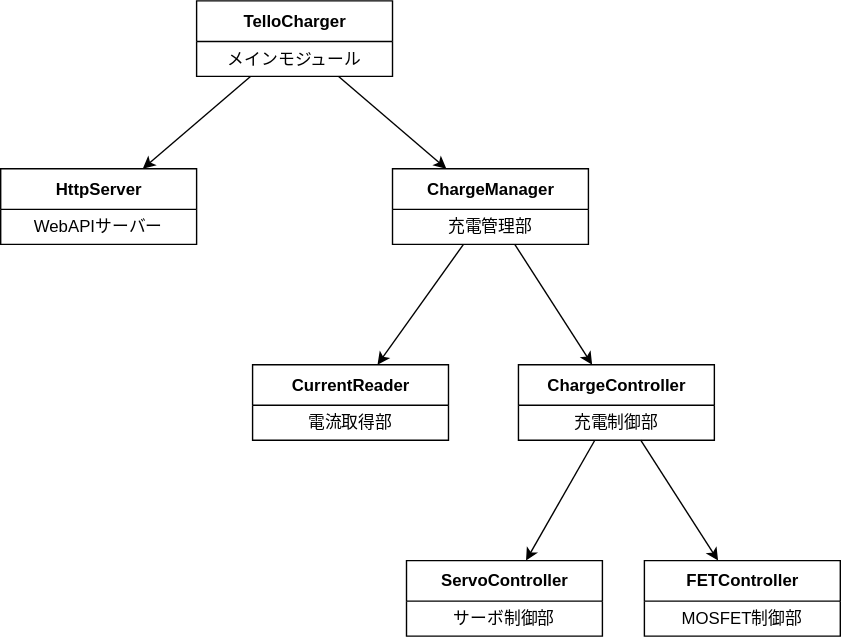
This is doc/design/img/moduleStructure.drawio.svg from mi83ki/tello-charger, a draw.io export, as it was before one commit. Source tidied: cells renumbered, new cells last; positions are measured from the earlier drawing's top-left corner, leaving out a move shared by most shapes. The source it was exported from:
```xml
<mxGraphModel>
  <root>
    <mxCell id="0" />
    <mxCell id="1" parent="0" />
    <mxCell id="2" style="edgeStyle=none;html=1;" parent="1" edge="1" source="4" target="6">
      <mxGeometry relative="1" as="geometry" />
    </mxCell>
    <mxCell id="3" style="edgeStyle=none;html=1;" parent="1" edge="1" source="4" target="10">
      <mxGeometry relative="1" as="geometry" />
    </mxCell>
    <mxCell id="4" value="TelloCharger" style="swimlane;fontStyle=1;align=center;verticalAlign=middle;horizontal=1;startSize=29;html=1;" parent="1" vertex="1">
      <mxGeometry x="140" width="140" height="54" as="geometry" />
    </mxCell>
    <mxCell id="5" value="メインモジュール" style="text;html=1;strokeColor=none;fillColor=none;align=center;verticalAlign=middle;spacingLeft=4;spacingRight=4;overflow=hidden;" parent="4" vertex="1">
      <mxGeometry y="29" width="140" height="25" as="geometry" />
    </mxCell>
    <mxCell id="6" value="HttpServer" style="swimlane;fontStyle=1;align=center;verticalAlign=middle;horizontal=1;startSize=29;html=1;" parent="1" vertex="1">
      <mxGeometry y="120" width="140" height="54" as="geometry" />
    </mxCell>
    <mxCell id="7" value="WebAPIサーバー" style="text;html=1;strokeColor=none;fillColor=none;align=center;verticalAlign=middle;spacingLeft=4;spacingRight=4;overflow=hidden;" parent="6" vertex="1">
      <mxGeometry y="29" width="140" height="25" as="geometry" />
    </mxCell>
    <mxCell id="8" style="edgeStyle=none;html=1;" parent="1" edge="1" source="10" target="16">
      <mxGeometry relative="1" as="geometry" />
    </mxCell>
    <mxCell id="9" style="edgeStyle=none;html=1;" parent="1" edge="1" source="10" target="12">
      <mxGeometry relative="1" as="geometry" />
    </mxCell>
    <mxCell id="10" value="ChargeManager" style="swimlane;fontStyle=1;align=center;verticalAlign=middle;horizontal=1;startSize=29;html=1;" parent="1" vertex="1">
      <mxGeometry x="280" y="120" width="140" height="54" as="geometry" />
    </mxCell>
    <mxCell id="11" value="充電管理部" style="text;html=1;strokeColor=none;fillColor=none;align=center;verticalAlign=middle;spacingLeft=4;spacingRight=4;overflow=hidden;" parent="10" vertex="1">
      <mxGeometry y="29" width="140" height="25" as="geometry" />
    </mxCell>
    <mxCell id="12" value="CurrentReader" style="swimlane;fontStyle=1;align=center;verticalAlign=middle;horizontal=1;startSize=29;html=1;" parent="1" vertex="1">
      <mxGeometry x="180" y="260" width="140" height="54" as="geometry" />
    </mxCell>
    <mxCell id="13" value="電流取得部" style="text;html=1;strokeColor=none;fillColor=none;align=center;verticalAlign=middle;spacingLeft=4;spacingRight=4;overflow=hidden;" parent="12" vertex="1">
      <mxGeometry y="29" width="140" height="25" as="geometry" />
    </mxCell>
    <mxCell id="14" style="edgeStyle=none;html=1;" parent="1" edge="1" source="16" target="20">
      <mxGeometry relative="1" as="geometry" />
    </mxCell>
    <mxCell id="15" style="edgeStyle=none;html=1;" parent="1" edge="1" source="16" target="18">
      <mxGeometry relative="1" as="geometry" />
    </mxCell>
    <mxCell id="16" value="ChargeController" style="swimlane;fontStyle=1;align=center;verticalAlign=middle;horizontal=1;startSize=29;html=1;" parent="1" vertex="1">
      <mxGeometry x="370" y="260" width="140" height="54" as="geometry" />
    </mxCell>
    <mxCell id="17" value="充電制御部" style="text;html=1;strokeColor=none;fillColor=none;align=center;verticalAlign=middle;spacingLeft=4;spacingRight=4;overflow=hidden;" parent="16" vertex="1">
      <mxGeometry y="29" width="140" height="25" as="geometry" />
    </mxCell>
    <mxCell id="18" value="ServoController" style="swimlane;fontStyle=1;align=center;verticalAlign=middle;horizontal=1;startSize=29;html=1;" parent="1" vertex="1">
      <mxGeometry x="290" y="400" width="140" height="54" as="geometry" />
    </mxCell>
    <mxCell id="19" value="サーボ制御部" style="text;html=1;strokeColor=none;fillColor=none;align=center;verticalAlign=middle;spacingLeft=4;spacingRight=4;overflow=hidden;" parent="18" vertex="1">
      <mxGeometry y="29" width="140" height="25" as="geometry" />
    </mxCell>
    <mxCell id="20" value="FETController" style="swimlane;fontStyle=1;align=center;verticalAlign=middle;horizontal=1;startSize=29;html=1;" parent="1" vertex="1">
      <mxGeometry x="460" y="400" width="140" height="54" as="geometry" />
    </mxCell>
    <mxCell id="21" value="MOSFET制御部" style="text;html=1;strokeColor=none;fillColor=none;align=center;verticalAlign=middle;spacingLeft=4;spacingRight=4;overflow=hidden;" parent="20" vertex="1">
      <mxGeometry y="29" width="140" height="25" as="geometry" />
    </mxCell>
  </root>
</mxGraphModel>
```
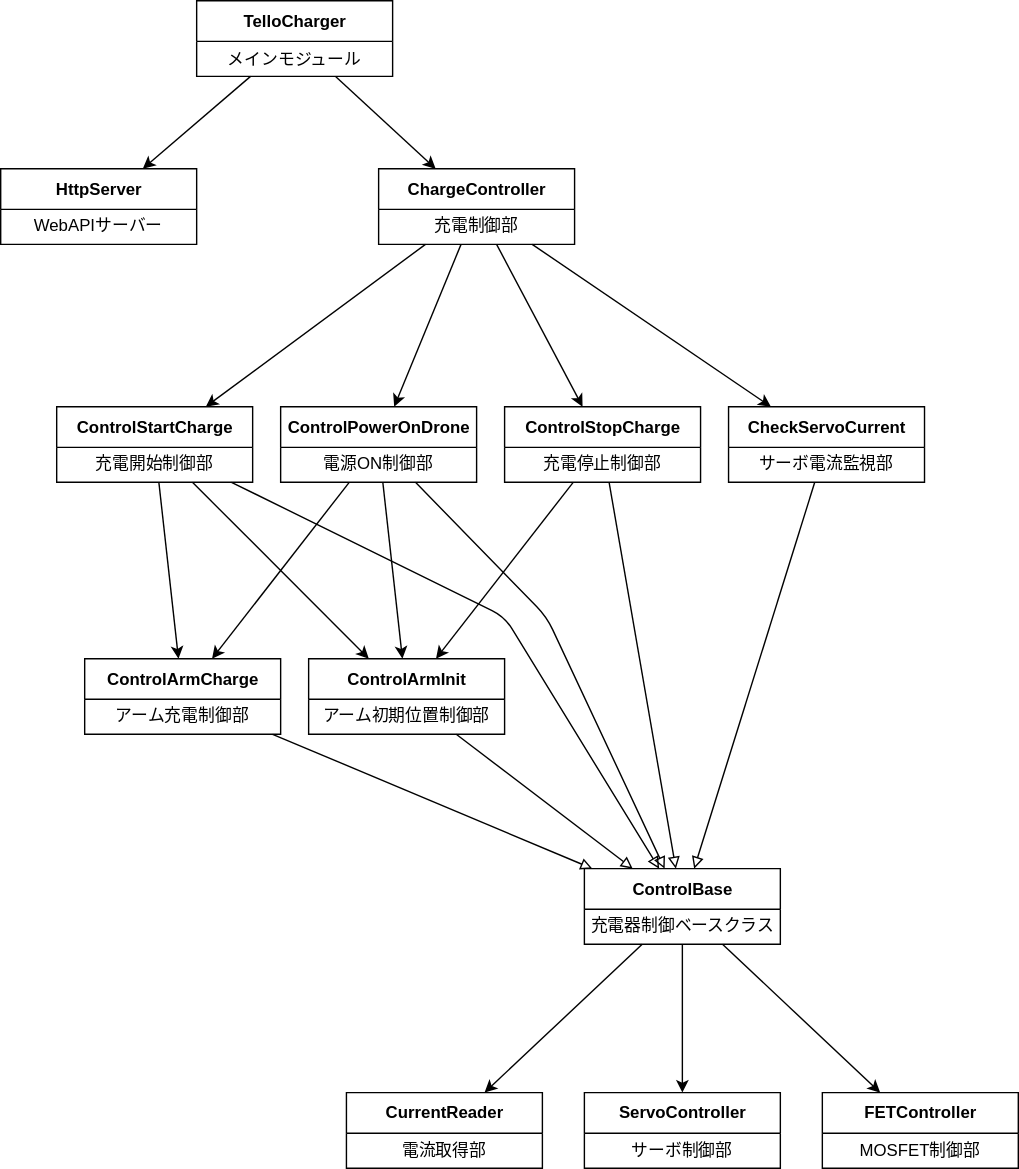
Above is the later version.

Commit message:
[doc] Update module structure

The edit, as a diff of the source:
```diff
@@ -5,62 +5,148 @@
     <mxCell id="2" style="edgeStyle=none;html=1;" parent="1" edge="1" source="4" target="6">
       <mxGeometry relative="1" as="geometry" />
     </mxCell>
-    <mxCell id="3" style="edgeStyle=none;html=1;" parent="1" edge="1" source="4" target="10">
+    <mxCell id="3" style="edgeStyle=none;html=1;" parent="1" edge="1" source="4" target="16">
       <mxGeometry relative="1" as="geometry" />
     </mxCell>
     <mxCell id="4" value="TelloCharger" style="swimlane;fontStyle=1;align=center;verticalAlign=middle;horizontal=1;startSize=29;html=1;" parent="1" vertex="1">
-      <mxGeometry x="140" width="140" height="54" as="geometry" />
+      <mxGeometry y="-90" width="140" height="54" as="geometry" />
     </mxCell>
     <mxCell id="5" value="メインモジュール" style="text;html=1;strokeColor=none;fillColor=none;align=center;verticalAlign=middle;spacingLeft=4;spacingRight=4;overflow=hidden;" parent="4" vertex="1">
       <mxGeometry y="29" width="140" height="25" as="geometry" />
     </mxCell>
     <mxCell id="6" value="HttpServer" style="swimlane;fontStyle=1;align=center;verticalAlign=middle;horizontal=1;startSize=29;html=1;" parent="1" vertex="1">
-      <mxGeometry y="120" width="140" height="54" as="geometry" />
+      <mxGeometry x="-140" y="30" width="140" height="54" as="geometry" />
     </mxCell>
     <mxCell id="7" value="WebAPIサーバー" style="text;html=1;strokeColor=none;fillColor=none;align=center;verticalAlign=middle;spacingLeft=4;spacingRight=4;overflow=hidden;" parent="6" vertex="1">
       <mxGeometry y="29" width="140" height="25" as="geometry" />
     </mxCell>
-    <mxCell id="8" style="edgeStyle=none;html=1;" parent="1" edge="1" source="10" target="16">
-      <mxGeometry relative="1" as="geometry" />
-    </mxCell>
-    <mxCell id="9" style="edgeStyle=none;html=1;" parent="1" edge="1" source="10" target="12">
+    <mxCell id="9" style="edgeStyle=none;html=1;" parent="1" edge="1" source="49" target="12">
       <mxGeometry relative="1" as="geometry" />
     </mxCell>
-    <mxCell id="10" value="ChargeManager" style="swimlane;fontStyle=1;align=center;verticalAlign=middle;horizontal=1;startSize=29;html=1;" parent="1" vertex="1">
-      <mxGeometry x="280" y="120" width="140" height="54" as="geometry" />
-    </mxCell>
-    <mxCell id="11" value="充電管理部" style="text;html=1;strokeColor=none;fillColor=none;align=center;verticalAlign=middle;spacingLeft=4;spacingRight=4;overflow=hidden;" parent="10" vertex="1">
-      <mxGeometry y="29" width="140" height="25" as="geometry" />
-    </mxCell>
     <mxCell id="12" value="CurrentReader" style="swimlane;fontStyle=1;align=center;verticalAlign=middle;horizontal=1;startSize=29;html=1;" parent="1" vertex="1">
-      <mxGeometry x="180" y="260" width="140" height="54" as="geometry" />
+      <mxGeometry x="107" y="690" width="140" height="54" as="geometry" />
     </mxCell>
     <mxCell id="13" value="電流取得部" style="text;html=1;strokeColor=none;fillColor=none;align=center;verticalAlign=middle;spacingLeft=4;spacingRight=4;overflow=hidden;" parent="12" vertex="1">
       <mxGeometry y="29" width="140" height="25" as="geometry" />
     </mxCell>
-    <mxCell id="14" style="edgeStyle=none;html=1;" parent="1" edge="1" source="16" target="20">
+    <mxCell id="14" style="edgeStyle=none;html=1;" parent="1" edge="1" source="49" target="20">
       <mxGeometry relative="1" as="geometry" />
     </mxCell>
-    <mxCell id="15" style="edgeStyle=none;html=1;" parent="1" edge="1" source="16" target="18">
+    <mxCell id="15" style="edgeStyle=none;html=1;" parent="1" edge="1" source="49" target="18">
       <mxGeometry relative="1" as="geometry" />
     </mxCell>
+    <mxCell id="22" style="edgeStyle=none;html=1;endArrow=classic;endFill=1;" parent="1" edge="1" source="16" target="29">
+      <mxGeometry relative="1" as="geometry" />
+    </mxCell>
+    <mxCell id="23" style="edgeStyle=none;html=1;endArrow=classic;endFill=1;" parent="1" edge="1" source="16" target="38">
+      <mxGeometry relative="1" as="geometry" />
+    </mxCell>
+    <mxCell id="24" style="edgeStyle=none;html=1;endArrow=classic;endFill=1;" parent="1" edge="1" source="16" target="33">
+      <mxGeometry relative="1" as="geometry" />
+    </mxCell>
+    <mxCell id="25" style="edgeStyle=none;html=1;endArrow=classic;endFill=1;" parent="1" edge="1" source="16" target="41">
+      <mxGeometry relative="1" as="geometry" />
+    </mxCell>
     <mxCell id="16" value="ChargeController" style="swimlane;fontStyle=1;align=center;verticalAlign=middle;horizontal=1;startSize=29;html=1;" parent="1" vertex="1">
-      <mxGeometry x="370" y="260" width="140" height="54" as="geometry" />
+      <mxGeometry x="130" y="30" width="140" height="54" as="geometry" />
     </mxCell>
     <mxCell id="17" value="充電制御部" style="text;html=1;strokeColor=none;fillColor=none;align=center;verticalAlign=middle;spacingLeft=4;spacingRight=4;overflow=hidden;" parent="16" vertex="1">
       <mxGeometry y="29" width="140" height="25" as="geometry" />
     </mxCell>
     <mxCell id="18" value="ServoController" style="swimlane;fontStyle=1;align=center;verticalAlign=middle;horizontal=1;startSize=29;html=1;" parent="1" vertex="1">
-      <mxGeometry x="290" y="400" width="140" height="54" as="geometry" />
+      <mxGeometry x="277" y="690" width="140" height="54" as="geometry" />
     </mxCell>
     <mxCell id="19" value="サーボ制御部" style="text;html=1;strokeColor=none;fillColor=none;align=center;verticalAlign=middle;spacingLeft=4;spacingRight=4;overflow=hidden;" parent="18" vertex="1">
       <mxGeometry y="29" width="140" height="25" as="geometry" />
     </mxCell>
     <mxCell id="20" value="FETController" style="swimlane;fontStyle=1;align=center;verticalAlign=middle;horizontal=1;startSize=29;html=1;" parent="1" vertex="1">
-      <mxGeometry x="460" y="400" width="140" height="54" as="geometry" />
+      <mxGeometry x="447" y="690" width="140" height="54" as="geometry" />
     </mxCell>
     <mxCell id="21" value="MOSFET制御部" style="text;html=1;strokeColor=none;fillColor=none;align=center;verticalAlign=middle;spacingLeft=4;spacingRight=4;overflow=hidden;" parent="20" vertex="1">
       <mxGeometry y="29" width="140" height="25" as="geometry" />
     </mxCell>
+    <mxCell id="26" style="edgeStyle=none;html=1;endArrow=classic;endFill=1;" parent="1" edge="1" source="29" target="47">
+      <mxGeometry relative="1" as="geometry" />
+    </mxCell>
+    <mxCell id="27" style="edgeStyle=none;html=1;endArrow=classic;endFill=1;" parent="1" edge="1" source="29" target="44">
+      <mxGeometry relative="1" as="geometry" />
+    </mxCell>
+    <mxCell id="28" style="edgeStyle=none;html=1;endArrow=block;endFill=0;" parent="1" edge="1" source="29" target="49">
+      <mxGeometry relative="1" as="geometry">
+        <Array as="points">
+          <mxPoint x="220" y="350" />
+        </Array>
+      </mxGeometry>
+    </mxCell>
+    <mxCell id="29" value="ControlStartCharge" style="swimlane;fontStyle=1;align=center;verticalAlign=middle;horizontal=1;startSize=29;html=1;" parent="1" vertex="1">
+      <mxGeometry x="-100" y="200" width="140" height="54" as="geometry" />
+    </mxCell>
+    <mxCell id="30" value="充電開始制御部" style="text;html=1;strokeColor=none;fillColor=none;align=center;verticalAlign=middle;spacingLeft=4;spacingRight=4;overflow=hidden;" parent="29" vertex="1">
+      <mxGeometry y="29" width="140" height="25" as="geometry" />
+    </mxCell>
+    <mxCell id="31" style="edgeStyle=none;html=1;endArrow=classic;endFill=1;" parent="1" edge="1" source="33" target="44">
+      <mxGeometry relative="1" as="geometry" />
+    </mxCell>
+    <mxCell id="32" style="edgeStyle=none;html=1;endArrow=block;endFill=0;" parent="1" edge="1" source="33" target="49">
+      <mxGeometry relative="1" as="geometry" />
+    </mxCell>
+    <mxCell id="33" value="ControlStopCharge" style="swimlane;fontStyle=1;align=center;verticalAlign=middle;horizontal=1;startSize=29;html=1;" parent="1" vertex="1">
+      <mxGeometry x="220" y="200" width="140" height="54" as="geometry" />
+    </mxCell>
+    <mxCell id="34" value="充電停止制御部" style="text;html=1;strokeColor=none;fillColor=none;align=center;verticalAlign=middle;spacingLeft=4;spacingRight=4;overflow=hidden;" parent="33" vertex="1">
+      <mxGeometry y="29" width="140" height="25" as="geometry" />
+    </mxCell>
+    <mxCell id="35" style="edgeStyle=none;html=1;endArrow=classic;endFill=1;" parent="1" edge="1" source="38" target="47">
+      <mxGeometry relative="1" as="geometry" />
+    </mxCell>
+    <mxCell id="36" style="edgeStyle=none;html=1;endArrow=classic;endFill=1;" parent="1" edge="1" source="38" target="44">
+      <mxGeometry relative="1" as="geometry" />
+    </mxCell>
+    <mxCell id="37" style="edgeStyle=none;html=1;endArrow=block;endFill=0;" parent="1" edge="1" source="38" target="49">
+      <mxGeometry relative="1" as="geometry">
+        <Array as="points">
+          <mxPoint x="250" y="350" />
+        </Array>
+      </mxGeometry>
+    </mxCell>
+    <mxCell id="38" value="ControlPowerOnDrone" style="swimlane;fontStyle=1;align=center;verticalAlign=middle;horizontal=1;startSize=29;html=1;" parent="1" vertex="1">
+      <mxGeometry x="60" y="200" width="140" height="54" as="geometry" />
+    </mxCell>
+    <mxCell id="39" value="電源ON制御部" style="text;html=1;strokeColor=none;fillColor=none;align=center;verticalAlign=middle;spacingLeft=4;spacingRight=4;overflow=hidden;" parent="38" vertex="1">
+      <mxGeometry y="29" width="140" height="25" as="geometry" />
+    </mxCell>
+    <mxCell id="40" style="edgeStyle=none;html=1;endArrow=block;endFill=0;" parent="1" edge="1" source="41" target="49">
+      <mxGeometry relative="1" as="geometry" />
+    </mxCell>
+    <mxCell id="41" value="CheckServoCurrent" style="swimlane;fontStyle=1;align=center;verticalAlign=middle;horizontal=1;startSize=29;html=1;" parent="1" vertex="1">
+      <mxGeometry x="380" y="200" width="140" height="54" as="geometry" />
+    </mxCell>
+    <mxCell id="42" value="サーボ電流監視部" style="text;html=1;strokeColor=none;fillColor=none;align=center;verticalAlign=middle;spacingLeft=4;spacingRight=4;overflow=hidden;" parent="41" vertex="1">
+      <mxGeometry y="29" width="140" height="25" as="geometry" />
+    </mxCell>
+    <mxCell id="43" style="edgeStyle=none;html=1;endArrow=block;endFill=0;" parent="1" edge="1" source="44" target="49">
+      <mxGeometry relative="1" as="geometry" />
+    </mxCell>
+    <mxCell id="44" value="ControlArmInit" style="swimlane;fontStyle=1;align=center;verticalAlign=middle;horizontal=1;startSize=29;html=1;" parent="1" vertex="1">
+      <mxGeometry x="80" y="380" width="140" height="54" as="geometry" />
+    </mxCell>
+    <mxCell id="45" value="アーム初期位置制御部" style="text;html=1;strokeColor=none;fillColor=none;align=center;verticalAlign=middle;spacingLeft=4;spacingRight=4;overflow=hidden;" parent="44" vertex="1">
+      <mxGeometry y="29" width="140" height="25" as="geometry" />
+    </mxCell>
+    <mxCell id="46" style="edgeStyle=none;html=1;endArrow=block;endFill=0;" parent="1" edge="1" source="47" target="49">
+      <mxGeometry relative="1" as="geometry" />
+    </mxCell>
+    <mxCell id="47" value="ControlArmCharge" style="swimlane;fontStyle=1;align=center;verticalAlign=middle;horizontal=1;startSize=29;html=1;" parent="1" vertex="1">
+      <mxGeometry x="-80" y="380" width="140" height="54" as="geometry" />
+    </mxCell>
+    <mxCell id="48" value="アーム充電制御部" style="text;html=1;strokeColor=none;fillColor=none;align=center;verticalAlign=middle;spacingLeft=4;spacingRight=4;overflow=hidden;" parent="47" vertex="1">
+      <mxGeometry y="29" width="140" height="25" as="geometry" />
+    </mxCell>
+    <mxCell id="49" value="ControlBase" style="swimlane;fontStyle=1;align=center;verticalAlign=middle;horizontal=1;startSize=29;html=1;" parent="1" vertex="1">
+      <mxGeometry x="277" y="530" width="140" height="54" as="geometry" />
+    </mxCell>
+    <mxCell id="50" value="充電器制御ベースクラス" style="text;html=1;strokeColor=none;fillColor=none;align=center;verticalAlign=middle;spacingLeft=4;spacingRight=4;overflow=hidden;" parent="49" vertex="1">
+      <mxGeometry y="29" width="140" height="25" as="geometry" />
+    </mxCell>
   </root>
 </mxGraphModel>
```
